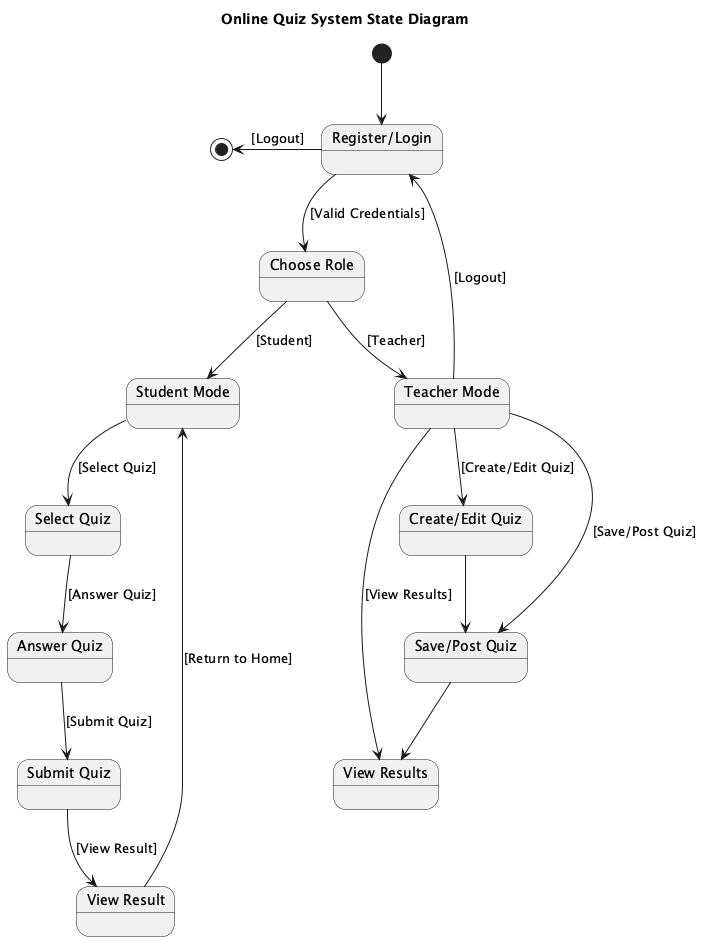
maimunafaria/State_transition_Diagram_generated_by_LLM keeps this PlantUML diagram as results/plantuml_pipeline/ensemble_stacked_llm/runs/ensemble__all_methods__candidate_pool__stacked_llm/case_37_online_quiz_system/ensemble.png. Above is the earlier version.
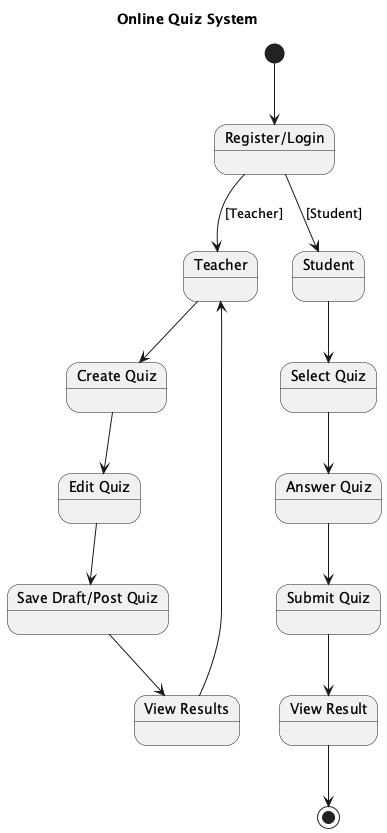
Above is the later version.

The edit, as a diff of the source:
```diff
@@ -1,13 +1,13 @@
 @startuml
-title Online Quiz System State Diagram
+title Online Quiz System
 
 state "Register/Login" as RegisterLogin
-state "Choose Role" as ChooseRole
-state "Teacher Mode" as TeacherMode
-state "Create/Edit Quiz" as CreateEditQuiz
-state "Save/Post Quiz" as SavePostQuiz
+state "Teacher" as Teacher
+state "Student" as Student
+state "Create Quiz" as CreateQuiz
+state "Edit Quiz" as EditQuiz
+state "Save Draft/Post Quiz" as SaveDraftPostQuiz
 state "View Results" as ViewResults
-state "Student Mode" as StudentMode
 state "Select Quiz" as SelectQuiz
 state "Answer Quiz" as AnswerQuiz
 state "Submit Quiz" as SubmitQuiz
@@ -15,24 +15,20 @@
 
 [*] --> RegisterLogin
 
-RegisterLogin --> ChooseRole : [Valid Credentials]
+RegisterLogin --> Teacher : [Teacher]
+RegisterLogin --> Student : [Student]
 
-ChooseRole --> TeacherMode : [Teacher]
-ChooseRole --> StudentMode : [Student]
+Teacher --> CreateQuiz
+CreateQuiz --> EditQuiz
+EditQuiz --> SaveDraftPostQuiz
+SaveDraftPostQuiz --> ViewResults
 
-TeacherMode --> CreateEditQuiz : [Create/Edit Quiz]
-TeacherMode --> SavePostQuiz : [Save/Post Quiz]
-TeacherMode --> ViewResults : [View Results]
-TeacherMode --> RegisterLogin : [Logout]
+Student --> SelectQuiz
+SelectQuiz --> AnswerQuiz
+AnswerQuiz --> SubmitQuiz
+SubmitQuiz --> ViewResult
 
-CreateEditQuiz --> SavePostQuiz
-SavePostQuiz --> ViewResults
+ViewResult --> [*]
+ViewResults --> Teacher
 
-StudentMode --> SelectQuiz : [Select Quiz]
-SelectQuiz --> AnswerQuiz : [Answer Quiz]
-AnswerQuiz --> SubmitQuiz : [Submit Quiz]
-SubmitQuiz --> ViewResult : [View Result]
-ViewResult --> StudentMode : [Return to Home]
-
-[*] <-- RegisterLogin : [Logout]
 @enduml
```
